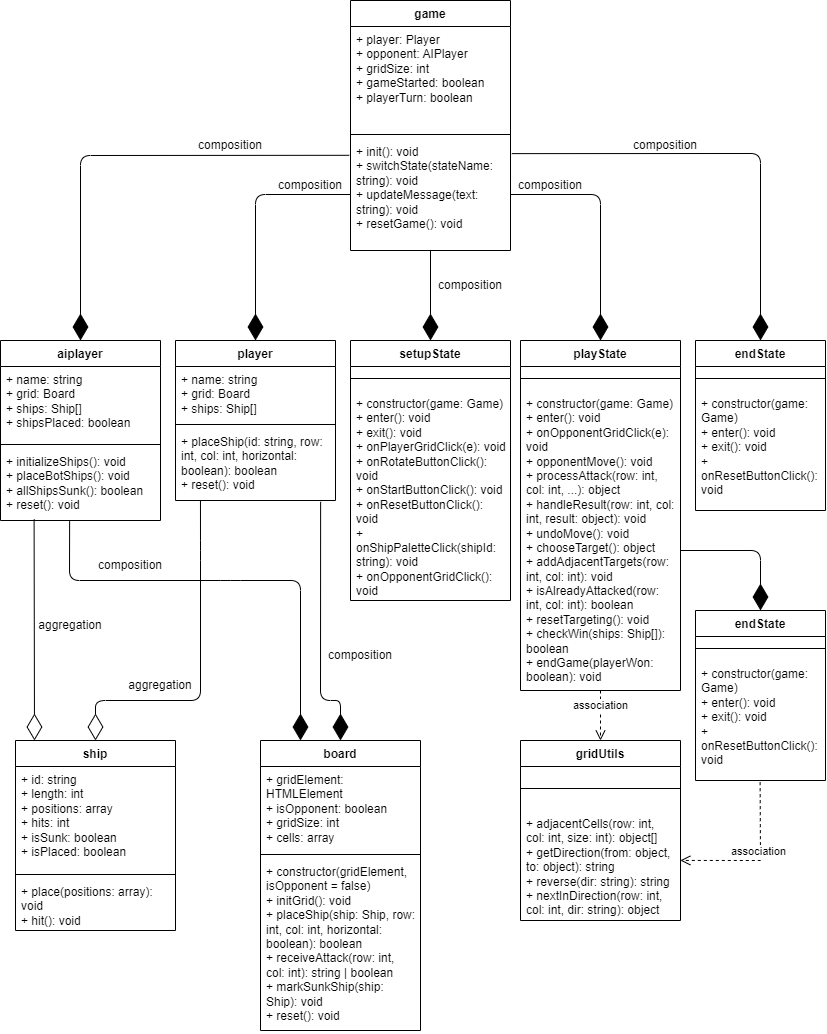
The draw.io diagram diagram/uml.png in thanhphat18/DSA-Battleship-Game, before a commit. Source tidied: cells renumbered, new cells last; positions are measured from the earlier drawing's top-left corner, leaving out a move shared by most shapes.
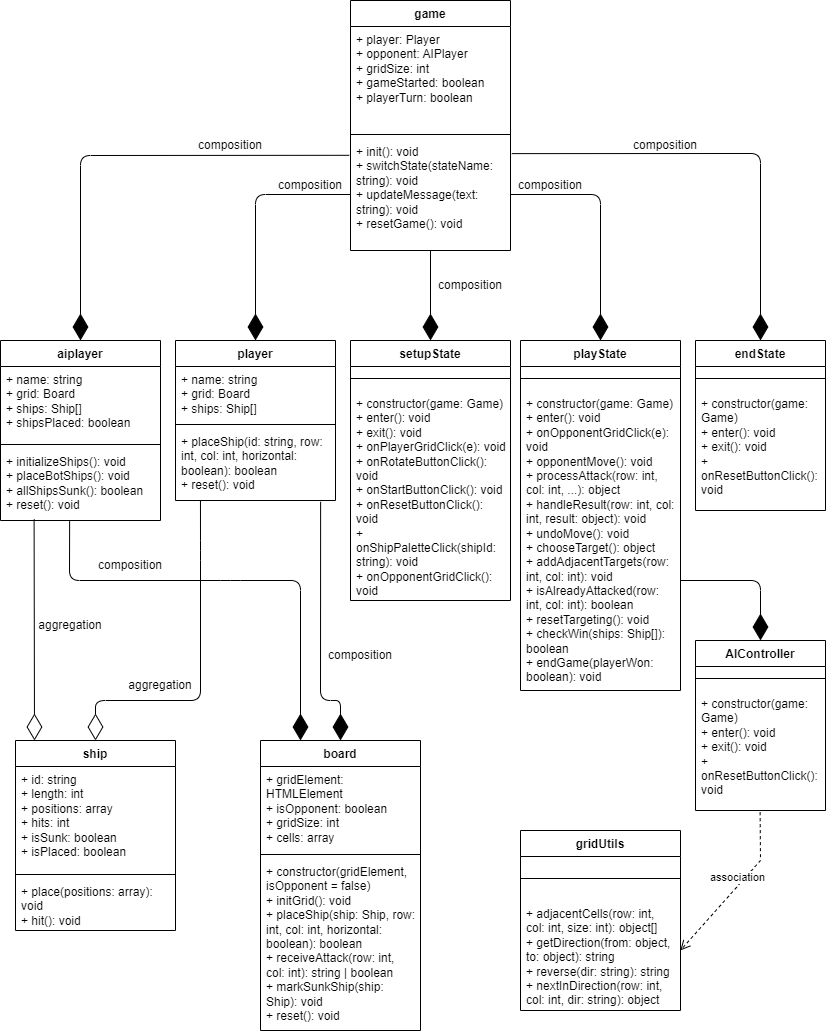
Later version of the same file.

The edit, as a diff of the source:
```diff
@@ -63,7 +63,7 @@
       <mxGeometry y="138" width="160" height="52" as="geometry" />
     </mxCell>
     <mxCell id="22" value="gridUtils" style="swimlane;fontStyle=1;align=center;verticalAlign=top;horizontal=1;startSize=26;whiteSpace=wrap;html=1;" parent="1" vertex="1">
-      <mxGeometry x="520" y="740" width="160" height="180" as="geometry" />
+      <mxGeometry x="520" y="830" width="160" height="180" as="geometry" />
     </mxCell>
     <mxCell id="23" style="line;strokeWidth=1;fillColor=none;align=left;verticalAlign=middle;spacingTop=-1;spacingLeft=3;spacingRight=3;labelPosition=right;strokeColor=inherit;" parent="22" vertex="1">
       <mxGeometry y="26" width="160" height="44" as="geometry" />
@@ -160,11 +160,6 @@
         <mxPoint x="34" y="740" as="targetPoint" />
       </mxGeometry>
     </mxCell>
-    <mxCell id="43" value="association" style="html=1;verticalAlign=bottom;endArrow=open;dashed=1;endSize=8;curved=0;rounded=0;entryX=0.5;entryY=0;entryDx=0;entryDy=0;" parent="1" edge="1" target="22">
-      <mxGeometry relative="1" as="geometry">
-        <mxPoint x="600" y="690" as="sourcePoint" />
-      </mxGeometry>
-    </mxCell>
     <mxCell id="44" value="composition" style="text;html=1;align=center;verticalAlign=middle;whiteSpace=wrap;rounded=0;" parent="1" vertex="1">
       <mxGeometry x="100" y="550" width="60" height="30" as="geometry" />
     </mxCell>
@@ -192,8 +187,8 @@
     <mxCell id="52" value="composition" style="text;html=1;align=center;verticalAlign=middle;whiteSpace=wrap;rounded=0;" parent="1" vertex="1">
       <mxGeometry x="200" y="130" width="60" height="30" as="geometry" />
     </mxCell>
-    <mxCell id="53" value="endState" style="swimlane;fontStyle=1;align=center;verticalAlign=top;horizontal=1;startSize=26;whiteSpace=wrap;html=1;" parent="1" vertex="1">
-      <mxGeometry x="695" y="610" width="130" height="170" as="geometry" />
+    <mxCell id="53" value="AIController" style="swimlane;fontStyle=1;align=center;verticalAlign=top;horizontal=1;startSize=26;whiteSpace=wrap;html=1;" parent="1" vertex="1">
+      <mxGeometry x="695" y="640" width="130" height="170" as="geometry" />
     </mxCell>
     <mxCell id="54" style="endArrow=diamondThin;endFill=1;endSize=24;html=1;entryX=0.5;entryY=0;entryDx=0;entryDy=0;exitX=1;exitY=0.5;exitDx=0;exitDy=0;" parent="53" edge="1" target="53">
       <mxGeometry relative="1" as="geometry">
```
